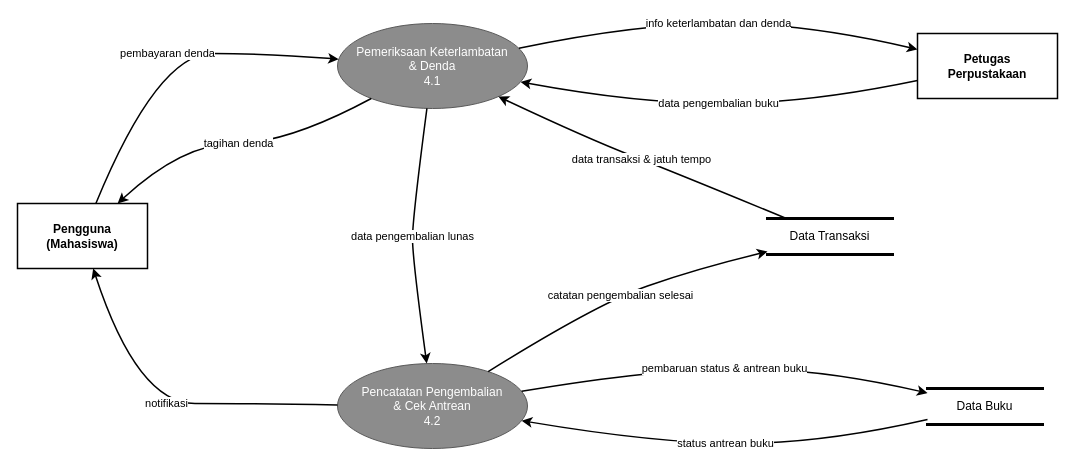
The draw.io diagram lvl1 pengembalian.drawio in ding317/ding317, before the edit. Source tidied: cells renumbered, new cells numbered last; positions are measured from the earlier drawing's top-left corner, leaving out a move shared by most shapes. Both pictures are drawn from the tidied source at 100%, with x=0, y=0 at pixel (17, 23).
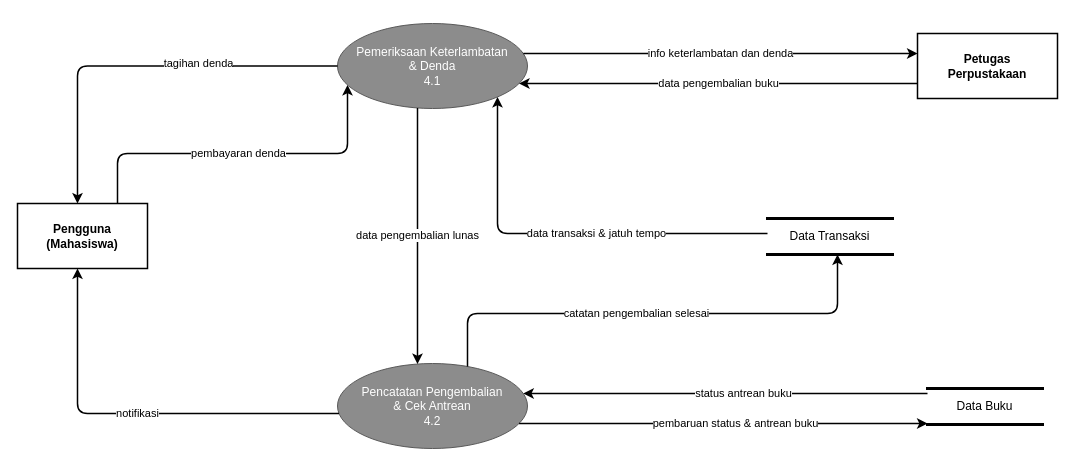
Above is the later version.

Unchanged cells that the change refers to:
```xml
<mxCell id="2" value="Pengguna&lt;br&gt;(Mahasiswa)" style="rounded=0;whiteSpace=wrap;html=1;fillColor=#FFFFFF;strokeColor=#000000;strokeWidth=1.5;fontColor=#000000;fontSize=12;fontStyle=1;" parent="1" vertex="1">
  <mxGeometry y="180" width="130" height="65" as="geometry" />
</mxCell>
<mxCell id="3" value="Petugas&lt;br&gt;Perpustakaan" style="rounded=0;whiteSpace=wrap;html=1;fillColor=#FFFFFF;strokeColor=#000000;strokeWidth=1.5;fontColor=#000000;fontSize=12;fontStyle=1;" parent="1" vertex="1">
  <mxGeometry x="900" y="10" width="140" height="65" as="geometry" />
</mxCell>
<mxCell id="4" value="Pemeriksaan Keterlambatan&lt;br&gt;&amp; Denda&lt;br&gt;4.1" style="ellipse;whiteSpace=wrap;html=1;fillColor=#8C8C8C;strokeColor=#595959;fontColor=#FFFFFF;fontSize=12;" parent="1" vertex="1">
  <mxGeometry x="320" width="190" height="85" as="geometry" />
</mxCell>
<mxCell id="5" value="Pencatatan Pengembalian&lt;br&gt;&amp; Cek Antrean&lt;br&gt;4.2" style="ellipse;whiteSpace=wrap;html=1;fillColor=#8C8C8C;strokeColor=#595959;fontColor=#FFFFFF;fontSize=12;" parent="1" vertex="1">
  <mxGeometry x="320" y="340" width="190" height="85" as="geometry" />
</mxCell>
<mxCell id="6" value="Data Transaksi" style="shape=partialRectangle;whiteSpace=wrap;html=1;top=1;bottom=1;left=0;right=0;strokeWidth=3;strokeColor=#000000;fillColor=none;fontColor=#000000;fontSize=12;" parent="1" vertex="1">
  <mxGeometry x="750" y="195" width="125" height="36" as="geometry" />
</mxCell>
<mxCell id="7" value="Data Buku" style="shape=partialRectangle;whiteSpace=wrap;html=1;top=1;bottom=1;left=0;right=0;strokeWidth=3;strokeColor=#000000;fillColor=none;fontColor=#000000;fontSize=12;" parent="1" vertex="1">
  <mxGeometry x="910" y="365" width="115" height="36" as="geometry" />
</mxCell>
```

What changed in the source:
```diff
@@
-    <mxCell id="8" value="pembayaran denda" style="curved=1;endArrow=classic;html=1;strokeWidth=1.5;strokeColor=#000000;fontColor=#000000;fontSize=11;labelBackgroundColor=#FFFFFF;" parent="1" edge="1" source="2" target="4">
-      <mxGeometry relative="1" as="geometry">
+    <mxCell id="8" value="pembayaran denda" style="endArrow=classic;html=1;strokeWidth=1.5;strokeColor=#000000;fontColor=#000000;fontSize=11;labelBackgroundColor=#FFFFFF;edgeStyle=orthogonalEdgeStyle;" parent="1" edge="1" source="2" target="4">
+      <mxGeometry x="-0.02" relative="1" as="geometry">
         <Array as="points">
-          <mxPoint x="140" y="30" />
-          <mxPoint x="250" y="30" />
+          <mxPoint x="100" y="130" />
+          <mxPoint x="330" y="130" />
         </Array>
       </mxGeometry>
     </mxCell>
-    <mxCell id="9" value="tagihan denda" style="curved=1;endArrow=classic;html=1;strokeWidth=1.5;strokeColor=#000000;fontColor=#000000;fontSize=11;labelBackgroundColor=#FFFFFF;" parent="1" edge="1" source="4" target="2">
-      <mxGeometry relative="1" as="geometry">
+    <mxCell id="9" value="tagihan denda" style="endArrow=classic;html=1;strokeWidth=1.5;strokeColor=#000000;fontColor=#000000;fontSize=11;labelBackgroundColor=#FFFFFF;edgeStyle=orthogonalEdgeStyle;" parent="1" edge="1" source="4" target="2">
+      <mxGeometry x="-0.3" y="-3" relative="1" as="geometry">
         <Array as="points">
-          <mxPoint x="270" y="120" />
-          <mxPoint x="165" y="120" />
+          <mxPoint x="60" y="42.5" />
         </Array>
       </mxGeometry>
     </mxCell>
-    <mxCell id="10" value="info keterlambatan dan denda" style="curved=1;endArrow=classic;html=1;strokeWidth=1.5;strokeColor=#000000;fontColor=#000000;fontSize=11;labelBackgroundColor=#FFFFFF;" parent="1" edge="1" source="4" target="3">
+    <mxCell id="10" value="info keterlambatan dan denda" style="endArrow=classic;html=1;strokeWidth=1.5;strokeColor=#000000;fontColor=#000000;fontSize=11;labelBackgroundColor=#FFFFFF;edgeStyle=orthogonalEdgeStyle;" parent="1" edge="1" source="4" target="3">
       <mxGeometry relative="1" as="geometry">
         <Array as="points">
-          <mxPoint x="620" />
-          <mxPoint x="790" />
+          <mxPoint x="790" y="30" />
+          <mxPoint x="790" y="30" />
         </Array>
       </mxGeometry>
     </mxCell>
-    <mxCell id="11" value="data pengembalian buku" style="curved=1;endArrow=classic;html=1;strokeWidth=1.5;strokeColor=#000000;fontColor=#000000;fontSize=11;labelBackgroundColor=#FFFFFF;" parent="1" edge="1" source="3" target="4">
+    <mxCell id="11" value="data pengembalian buku" style="endArrow=classic;html=1;strokeWidth=1.5;strokeColor=#000000;fontColor=#000000;fontSize=11;labelBackgroundColor=#FFFFFF;edgeStyle=orthogonalEdgeStyle;" parent="1" edge="1" source="3" target="4">
       <mxGeometry relative="1" as="geometry">
         <Array as="points">
-          <mxPoint x="790" y="80" />
-          <mxPoint x="620" y="80" />
+          <mxPoint x="790" y="60" />
+          <mxPoint x="790" y="60" />
         </Array>
       </mxGeometry>
     </mxCell>
-    <mxCell id="12" value="data transaksi &amp; jatuh tempo" style="curved=1;endArrow=classic;html=1;strokeWidth=1.5;strokeColor=#000000;fontColor=#000000;fontSize=11;labelBackgroundColor=#FFFFFF;" parent="1" edge="1" source="6" target="4">
-      <mxGeometry relative="1" as="geometry">
+    <mxCell id="12" value="data transaksi &amp; jatuh tempo" style="endArrow=classic;html=1;strokeWidth=1.5;strokeColor=#000000;fontColor=#000000;fontSize=11;labelBackgroundColor=#FFFFFF;edgeStyle=orthogonalEdgeStyle;" parent="1" edge="1" source="6" target="4">
+      <mxGeometry x="-0.16" relative="1" as="geometry">
         <Array as="points">
-          <mxPoint x="660" y="150" />
-          <mxPoint x="570" y="115" />
+          <mxPoint x="480" y="210" />
         </Array>
       </mxGeometry>
     </mxCell>
-    <mxCell id="13" value="data pengembalian lunas" style="curved=1;endArrow=classic;html=1;strokeWidth=1.5;strokeColor=#000000;fontColor=#000000;fontSize=11;labelBackgroundColor=#FFFFFF;" parent="1" edge="1" source="4" target="5">
+    <mxCell id="13" value="data pengembalian lunas" style="endArrow=classic;html=1;strokeWidth=1.5;strokeColor=#000000;fontColor=#000000;fontSize=11;labelBackgroundColor=#FFFFFF;edgeStyle=orthogonalEdgeStyle;" parent="1" edge="1" source="4" target="5">
       <mxGeometry relative="1" as="geometry">
         <Array as="points">
-          <mxPoint x="395" y="195" />
-          <mxPoint x="395" y="235" />
+          <mxPoint x="400" y="270" />
+          <mxPoint x="400" y="270" />
         </Array>
       </mxGeometry>
     </mxCell>
-    <mxCell id="14" value="catatan pengembalian selesai" style="curved=1;endArrow=classic;html=1;strokeWidth=1.5;strokeColor=#000000;fontColor=#000000;fontSize=11;labelBackgroundColor=#FFFFFF;" parent="1" edge="1" source="5" target="6">
-      <mxGeometry relative="1" as="geometry">
+    <mxCell id="14" value="catatan pengembalian selesai" style="endArrow=classic;html=1;strokeWidth=1.5;strokeColor=#000000;fontColor=#000000;fontSize=11;labelBackgroundColor=#FFFFFF;edgeStyle=orthogonalEdgeStyle;" parent="1" edge="1" source="5" target="6">
+      <mxGeometry x="-0.08" relative="1" as="geometry">
         <Array as="points">
-          <mxPoint x="580" y="280" />
-          <mxPoint x="680" y="245" />
+          <mxPoint x="450" y="290" />
+          <mxPoint x="820" y="290" />
         </Array>
       </mxGeometry>
     </mxCell>
-    <mxCell id="15" value="pembaruan status &amp; antrean buku" style="curved=1;endArrow=classic;html=1;strokeWidth=1.5;strokeColor=#000000;fontColor=#000000;fontSize=11;labelBackgroundColor=#FFFFFF;" parent="1" edge="1" source="5" target="7">
-      <mxGeometry relative="1" as="geometry">
+    <mxCell id="15" value="pembaruan status &amp; antrean buku" style="endArrow=classic;html=1;strokeWidth=1.5;strokeColor=#000000;fontColor=#000000;fontSize=11;labelBackgroundColor=#FFFFFF;edgeStyle=orthogonalEdgeStyle;" parent="1" edge="1" source="5" target="7">
+      <mxGeometry x="0.06" relative="1" as="geometry">
         <Array as="points">
-          <mxPoint x="640" y="345" />
-          <mxPoint x="805" y="345" />
+          <mxPoint x="850" y="400" />
+          <mxPoint x="850" y="400" />
         </Array>
       </mxGeometry>
     </mxCell>
-    <mxCell id="16" value="status antrean buku" style="curved=1;endArrow=classic;html=1;strokeWidth=1.5;strokeColor=#000000;fontColor=#000000;fontSize=11;labelBackgroundColor=#FFFFFF;" parent="1" edge="1" source="7" target="5">
-      <mxGeometry relative="1" as="geometry">
+    <mxCell id="16" value="status antrean buku" style="endArrow=classic;html=1;strokeWidth=1.5;strokeColor=#000000;fontColor=#000000;fontSize=11;labelBackgroundColor=#FFFFFF;edgeStyle=orthogonalEdgeStyle;" parent="1" edge="1" source="7" target="5">
+      <mxGeometry x="-0.09" relative="1" as="geometry">
         <Array as="points">
-          <mxPoint x="805" y="420" />
-          <mxPoint x="640" y="420" />
+          <mxPoint x="860" y="370" />
+          <mxPoint x="860" y="370" />
         </Array>
       </mxGeometry>
     </mxCell>
-    <mxCell id="17" value="notifikasi" style="curved=1;endArrow=classic;html=1;strokeWidth=1.5;strokeColor=#000000;fontColor=#000000;fontSize=11;labelBackgroundColor=#FFFFFF;" parent="1" edge="1" source="5" target="2">
-      <mxGeometry relative="1" as="geometry">
+    <mxCell id="17" value="notifikasi" style="endArrow=classic;html=1;strokeWidth=1.5;strokeColor=#000000;fontColor=#000000;fontSize=11;labelBackgroundColor=#FFFFFF;edgeStyle=orthogonalEdgeStyle;" parent="1" edge="1" source="5" target="2">
+      <mxGeometry x="-0.01" relative="1" as="geometry">
         <Array as="points">
-          <mxPoint x="235" y="380" />
-          <mxPoint x="120" y="380" />
+          <mxPoint x="60" y="390" />
         </Array>
       </mxGeometry>
     </mxCell>
```
